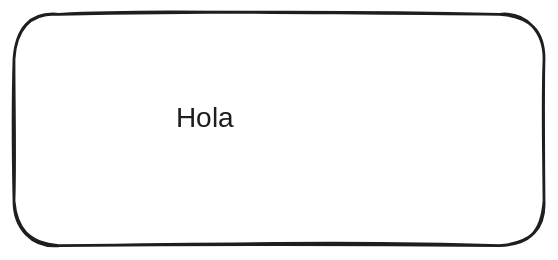
Above: diagrams/example.excalidraw.svg in annetecm/advanced_database_notes (Excalidraw), before the change. Source tidied: one line per element, renumbered; positions are measured from the earlier drawing's top-left corner, leaving out a move shared by most shapes.
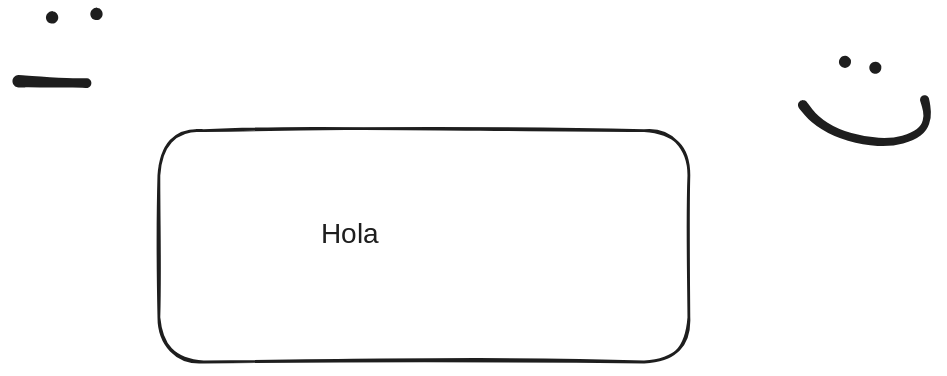
Above is the later version.

Change to the diagram source:
```diff
@@ -1,2 +1,8 @@
 {"id": 0, "type": "rectangle", "strokeColor": "#1e1e1e", "strokeWidth": 2, "roughness": 1, "round": true, "x": 0, "y": 0, "width": 379, "height": 165}
 {"id": 1, "type": "text", "text": "Hola", "strokeColor": "#1e1e1e", "strokeWidth": 2, "roughness": 1, "fontSize": 20, "fontFamily": 5, "x": 116, "y": 63, "width": 39, "height": 25}
+{"id": 2, "type": "freedraw", "strokeColor": "#1e1e1e", "strokeWidth": 2, "roughness": 1, "x": -96, "y": -35, "width": 53, "height": 2, "points": [[0, 0], [-3, -1], [-6, -1], [-7, -1], [-2, -1], [11, 0], [28, 1], [40, 1], [45, 1], [46, 1], [46, 1]]}
+{"id": 3, "type": "freedraw", "strokeColor": "#1e1e1e", "strokeWidth": 2, "roughness": 1, "x": -76, "y": -81, "width": 0, "height": 0, "points": [[0, 0], [0, 0]]}
+{"id": 4, "type": "freedraw", "strokeColor": "#1e1e1e", "strokeWidth": 2, "roughness": 1, "x": -45, "y": -83, "width": 0, "height": 0, "points": [[0, 0], [0, 0]]}
+{"id": 5, "type": "freedraw", "strokeColor": "#1e1e1e", "strokeWidth": 2, "roughness": 1, "x": 490, "y": -49, "width": 0, "height": 4, "points": [[0, 0], [0, 2], [0, 3], [0, 4], [0, 0]]}
+{"id": 6, "type": "freedraw", "strokeColor": "#1e1e1e", "strokeWidth": 2, "roughness": 1, "x": 512, "y": -45, "width": 0, "height": 3, "points": [[0, 0], [0, 2], [0, 3], [0, 0]]}
+{"id": 7, "type": "freedraw", "strokeColor": "#1e1e1e", "strokeWidth": 2, "roughness": 1, "x": 460, "y": -18, "width": 93, "height": 35, "points": [[0, 0], [0, -1], [0, 3], [4, 9], [14, 18], [34, 27], [59, 30], [78, 28], [90, 19], [93, 12], [91, 2], [88, -4], [87, -5], [87, -5]]}
```
